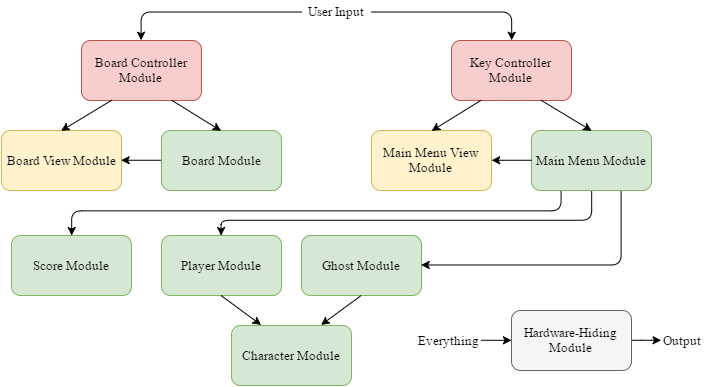
Before: Doc/Design/MG/UsesHierarchy.png, a diagram exported from draw.io (prajvinjalan/Namcap). Source tidied: cells renumbered, new cells last; positions are measured from the earlier drawing's top-left corner, leaving out a move shared by most shapes. Source of this version:
```xml
<mxGraphModel background="#ffffff">
  <root>
    <mxCell id="0" />
    <mxCell id="1" parent="0" />
    <mxCell id="2" style="edgeStyle=orthogonalEdgeStyle;rounded=1;html=1;entryX=0;entryY=0.5;entryPerimeter=0;startArrow=none;startFill=0;endArrow=classic;endFill=1;jettySize=auto;fontFamily=Times New Roman;fontSize=13;" parent="1" edge="1" source="4" target="29">
      <mxGeometry relative="1" as="geometry" />
    </mxCell>
    <mxCell id="3" style="edgeStyle=none;rounded=1;html=1;entryX=1;entryY=0.5;entryPerimeter=0;startArrow=classic;startFill=1;endArrow=none;endFill=0;jettySize=auto;fontFamily=Times New Roman;fontSize=13;" parent="1" edge="1" source="4" target="30">
      <mxGeometry relative="1" as="geometry" />
    </mxCell>
    <mxCell id="4" value="Hardware-Hiding Module" style="rounded=1;whiteSpace=wrap;html=1;strokeWidth=1;fillColor=#f5f5f5;fontFamily=Times New Roman;fontSize=13;strokeColor=#666666;" parent="1" vertex="1">
      <mxGeometry x="510" y="309" width="120" height="60" as="geometry" />
    </mxCell>
    <mxCell id="5" value="Ghost Module" style="rounded=1;whiteSpace=wrap;html=1;strokeWidth=1;fillColor=#d5e8d4;fontFamily=Times New Roman;fontSize=13;strokeColor=#82b366;" parent="1" vertex="1">
      <mxGeometry x="300" y="234" width="120" height="60" as="geometry" />
    </mxCell>
    <mxCell id="6" style="edgeStyle=orthogonalEdgeStyle;rounded=1;html=1;exitX=0.25;exitY=1;entryX=0.5;entryY=0;startArrow=none;startFill=0;endArrow=classic;endFill=1;jettySize=auto;fontFamily=Times New Roman;fontSize=13;" parent="1" edge="1" source="9" target="10">
      <mxGeometry relative="1" as="geometry">
        <Array as="points">
          <mxPoint x="560" y="209" />
          <mxPoint x="70" y="209" />
        </Array>
      </mxGeometry>
    </mxCell>
    <mxCell id="7" style="edgeStyle=orthogonalEdgeStyle;rounded=1;html=1;exitX=0.5;exitY=1;entryX=0.5;entryY=0;startArrow=none;startFill=0;endArrow=classic;endFill=1;jettySize=auto;fontFamily=Times New Roman;fontSize=13;" parent="1" edge="1" source="9" target="15">
      <mxGeometry relative="1" as="geometry">
        <Array as="points">
          <mxPoint x="590" y="219" />
          <mxPoint x="220" y="219" />
        </Array>
      </mxGeometry>
    </mxCell>
    <mxCell id="8" style="edgeStyle=orthogonalEdgeStyle;rounded=1;html=1;exitX=0.75;exitY=1;startArrow=none;startFill=0;endArrow=classic;endFill=1;jettySize=auto;fontFamily=Times New Roman;fontSize=13;entryX=1;entryY=0.5;" parent="1" edge="1" source="9" target="5">
      <mxGeometry relative="1" as="geometry">
        <Array as="points">
          <mxPoint x="620" y="264" />
        </Array>
      </mxGeometry>
    </mxCell>
    <mxCell id="9" value="Main Menu Module" style="rounded=1;whiteSpace=wrap;html=1;strokeWidth=1;fillColor=#d5e8d4;fontFamily=Times New Roman;fontSize=13;strokeColor=#82b366;" parent="1" vertex="1">
      <mxGeometry x="530" y="129" width="120" height="60" as="geometry" />
    </mxCell>
    <mxCell id="10" value="Score Module" style="rounded=1;whiteSpace=wrap;html=1;strokeWidth=1;fillColor=#d5e8d4;fontFamily=Times New Roman;fontSize=13;strokeColor=#82b366;" parent="1" vertex="1">
      <mxGeometry x="10" y="234" width="120" height="60" as="geometry" />
    </mxCell>
    <mxCell id="11" value="Board Module" style="rounded=1;whiteSpace=wrap;html=1;strokeWidth=1;fillColor=#d5e8d4;fontFamily=Times New Roman;fontSize=13;strokeColor=#82b366;" parent="1" vertex="1">
      <mxGeometry x="160" y="129" width="120" height="60" as="geometry" />
    </mxCell>
    <mxCell id="12" value="Character Module" style="rounded=1;whiteSpace=wrap;html=1;strokeWidth=1;fillColor=#d5e8d4;fontFamily=Times New Roman;fontSize=13;strokeColor=#82b366;" parent="1" vertex="1">
      <mxGeometry x="230" y="324" width="120" height="60" as="geometry" />
    </mxCell>
    <mxCell id="13" value="Board View Module" style="rounded=1;whiteSpace=wrap;html=1;strokeWidth=1;fillColor=#fff2cc;fontFamily=Times New Roman;fontSize=13;strokeColor=#d6b656;" parent="1" vertex="1">
      <mxGeometry y="129" width="120" height="60" as="geometry" />
    </mxCell>
    <mxCell id="14" value="Board Controller Module" style="rounded=1;whiteSpace=wrap;html=1;strokeWidth=1;fillColor=#f8cecc;fontFamily=Times New Roman;fontSize=13;strokeColor=#b85450;" parent="1" vertex="1">
      <mxGeometry x="80" y="39" width="120" height="60" as="geometry" />
    </mxCell>
    <mxCell id="15" value="Player Module" style="rounded=1;whiteSpace=wrap;html=1;strokeWidth=1;fillColor=#d5e8d4;fontFamily=Times New Roman;fontSize=13;strokeColor=#82b366;" parent="1" vertex="1">
      <mxGeometry x="160" y="234" width="120" height="60" as="geometry" />
    </mxCell>
    <mxCell id="16" value="Key Controller Module" style="rounded=1;whiteSpace=wrap;html=1;strokeWidth=1;fillColor=#f8cecc;fontFamily=Times New Roman;fontSize=13;strokeColor=#b85450;" parent="1" vertex="1">
      <mxGeometry x="450" y="39" width="120" height="60" as="geometry" />
    </mxCell>
    <mxCell id="17" value="Main Menu View Module" style="rounded=1;whiteSpace=wrap;html=1;strokeWidth=1;fillColor=#fff2cc;fontFamily=Times New Roman;fontSize=13;strokeColor=#d6b656;" parent="1" vertex="1">
      <mxGeometry x="370" y="129" width="120" height="60" as="geometry" />
    </mxCell>
    <mxCell id="18" style="endArrow=classic;html=1;fontFamily=Times New Roman;fontSize=13;exitX=0.5;exitY=1;entryX=0.25;entryY=0;" parent="1" edge="1" source="15" target="12">
      <mxGeometry relative="1" as="geometry" />
    </mxCell>
    <mxCell id="19" style="endArrow=classic;html=1;fontFamily=Times New Roman;fontSize=13;exitX=0.5;exitY=1;entryX=0.75;entryY=0;" parent="1" edge="1" source="5" target="12">
      <mxGeometry x="270" y="325" as="geometry" />
    </mxCell>
    <mxCell id="20" style="endArrow=classic;html=1;fontFamily=Times New Roman;fontSize=13;exitX=0.75;exitY=1;entryX=0.5;entryY=0;" parent="1" edge="1" source="14" target="11">
      <mxGeometry relative="1" as="geometry" />
    </mxCell>
    <mxCell id="21" style="endArrow=classic;html=1;fontFamily=Times New Roman;fontSize=13;exitX=0.25;exitY=1;entryX=0.5;entryY=0;" parent="1" edge="1" source="14" target="13">
      <mxGeometry x="220" y="130" as="geometry" />
    </mxCell>
    <mxCell id="22" style="endArrow=classic;html=1;fontFamily=Times New Roman;fontSize=13;exitX=0;exitY=0.5;entryX=1;entryY=0.5;" parent="1" edge="1" source="11" target="13">
      <mxGeometry x="230" y="140" as="geometry" />
    </mxCell>
    <mxCell id="23" style="endArrow=classic;html=1;fontFamily=Times New Roman;fontSize=13;entryX=0.5;entryY=0;exitX=0.75;exitY=1;" parent="1" edge="1" source="16" target="9">
      <mxGeometry x="580" y="119" as="geometry" />
    </mxCell>
    <mxCell id="24" style="endArrow=classic;html=1;fontFamily=Times New Roman;fontSize=13;entryX=0.5;entryY=0;exitX=0.25;exitY=1;" parent="1" edge="1" source="16" target="17">
      <mxGeometry x="590" y="129" as="geometry" />
    </mxCell>
    <mxCell id="25" style="endArrow=classic;html=1;fontFamily=Times New Roman;fontSize=13;exitX=0;exitY=0.5;entryX=1;entryY=0.5;" parent="1" edge="1" source="9" target="17">
      <mxGeometry x="600" y="139" as="geometry" />
    </mxCell>
    <mxCell id="26" style="edgeStyle=orthogonalEdgeStyle;rounded=1;html=1;entryX=0.5;entryY=0;startArrow=none;startFill=0;endArrow=classic;endFill=1;jettySize=auto;fontFamily=Times New Roman;fontSize=13;" parent="1" edge="1" source="28" target="14">
      <mxGeometry relative="1" as="geometry" />
    </mxCell>
    <mxCell id="27" style="edgeStyle=orthogonalEdgeStyle;rounded=1;html=1;entryX=0.5;entryY=0;startArrow=none;startFill=0;endArrow=classic;endFill=1;jettySize=auto;fontFamily=Times New Roman;fontSize=13;" parent="1" edge="1" source="28" target="16">
      <mxGeometry relative="1" as="geometry" />
    </mxCell>
    <mxCell id="28" value="&lt;div style=&quot;text-align: center&quot;&gt;&lt;span&gt;User&amp;nbsp;&lt;/span&gt;&lt;span&gt;Input&lt;/span&gt;&lt;/div&gt;" style="text;html=1;points=[];align=center;verticalAlign=top;spacingTop=-4;fontSize=13;fontFamily=Times New Roman;" parent="1" vertex="1">
      <mxGeometry x="300" width="70" height="20" as="geometry" />
    </mxCell>
    <mxCell id="29" value="Output" style="text;html=1;points=[];align=left;verticalAlign=top;spacingTop=-4;fontSize=13;fontFamily=Times New Roman;" parent="1" vertex="1">
      <mxGeometry x="660" y="329" width="50" height="20" as="geometry" />
    </mxCell>
    <mxCell id="30" value="Everything" style="text;html=1;points=[];align=right;verticalAlign=top;spacingTop=-4;fontSize=13;fontFamily=Times New Roman;" parent="1" vertex="1">
      <mxGeometry x="400" y="329" width="80" height="20" as="geometry" />
    </mxCell>
  </root>
</mxGraphModel>
```
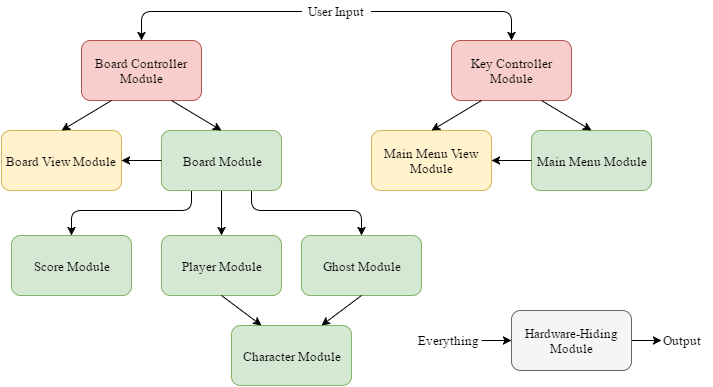
After the commit.

Commit message:
Update to Uses Hierarchy image

The edit, as a diff of the source:
```diff
@@ -14,26 +14,27 @@
     <mxCell id="5" value="Ghost Module" style="rounded=1;whiteSpace=wrap;html=1;strokeWidth=1;fillColor=#d5e8d4;fontFamily=Times New Roman;fontSize=13;strokeColor=#82b366;" parent="1" vertex="1">
       <mxGeometry x="300" y="234" width="120" height="60" as="geometry" />
     </mxCell>
-    <mxCell id="6" style="edgeStyle=orthogonalEdgeStyle;rounded=1;html=1;exitX=0.25;exitY=1;entryX=0.5;entryY=0;startArrow=none;startFill=0;endArrow=classic;endFill=1;jettySize=auto;fontFamily=Times New Roman;fontSize=13;" parent="1" edge="1" source="9" target="10">
+    <mxCell id="6" style="edgeStyle=orthogonalEdgeStyle;rounded=1;html=1;exitX=0.25;exitY=1;entryX=0.5;entryY=0;startArrow=none;startFill=0;endArrow=classic;endFill=1;jettySize=auto;fontFamily=Times New Roman;fontSize=13;" parent="1" edge="1" source="11" target="10">
       <mxGeometry relative="1" as="geometry">
         <Array as="points">
-          <mxPoint x="560" y="209" />
+          <mxPoint x="190" y="209" />
           <mxPoint x="70" y="209" />
         </Array>
       </mxGeometry>
     </mxCell>
-    <mxCell id="7" style="edgeStyle=orthogonalEdgeStyle;rounded=1;html=1;exitX=0.5;exitY=1;entryX=0.5;entryY=0;startArrow=none;startFill=0;endArrow=classic;endFill=1;jettySize=auto;fontFamily=Times New Roman;fontSize=13;" parent="1" edge="1" source="9" target="15">
+    <mxCell id="7" style="edgeStyle=orthogonalEdgeStyle;rounded=1;html=1;exitX=0.5;exitY=1;entryX=0.5;entryY=0;startArrow=none;startFill=0;endArrow=classic;endFill=1;jettySize=auto;fontFamily=Times New Roman;fontSize=13;" parent="1" edge="1" source="11" target="15">
       <mxGeometry relative="1" as="geometry">
         <Array as="points">
-          <mxPoint x="590" y="219" />
-          <mxPoint x="220" y="219" />
+          <mxPoint x="220" y="199" />
+          <mxPoint x="220" y="199" />
         </Array>
       </mxGeometry>
     </mxCell>
-    <mxCell id="8" style="edgeStyle=orthogonalEdgeStyle;rounded=1;html=1;exitX=0.75;exitY=1;startArrow=none;startFill=0;endArrow=classic;endFill=1;jettySize=auto;fontFamily=Times New Roman;fontSize=13;entryX=1;entryY=0.5;" parent="1" edge="1" source="9" target="5">
+    <mxCell id="8" style="edgeStyle=orthogonalEdgeStyle;rounded=1;html=1;startArrow=none;startFill=0;endArrow=classic;endFill=1;jettySize=auto;fontFamily=Times New Roman;fontSize=13;entryX=0.5;entryY=0;exitX=0.75;exitY=1;" parent="1" edge="1" source="11" target="5">
       <mxGeometry relative="1" as="geometry">
         <Array as="points">
-          <mxPoint x="620" y="264" />
+          <mxPoint x="250" y="209" />
+          <mxPoint x="360" y="209" />
         </Array>
       </mxGeometry>
     </mxCell>
```
